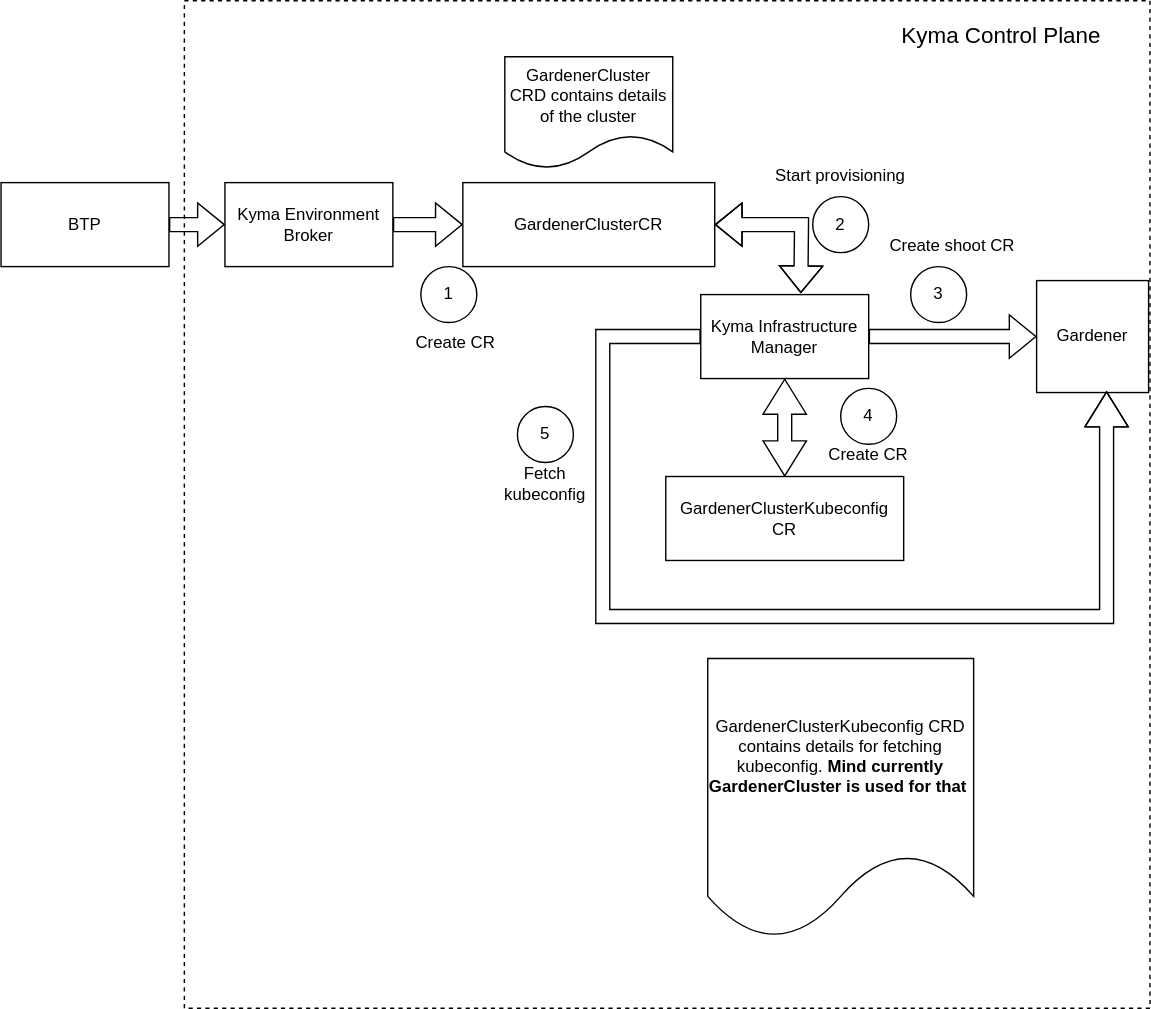
m00g3n/cluster-inventory keeps this draw.io diagram as docs/adrs/assets/keb-kim-target-arch.drawio.svg. Above is the earlier version. Source tidied: cells renumbered, new cells last; positions are measured from the earlier drawing's top-left corner, leaving out a move shared by most shapes. Its diagram source:
```xml
<mxGraphModel>
  <root>
    <mxCell id="0" />
    <mxCell id="1" parent="0" />
    <mxCell id="2" style="rounded=0;whiteSpace=wrap;html=1;dashed=1;" parent="1" vertex="1">
      <mxGeometry x="131" width="690" height="720" as="geometry" />
    </mxCell>
    <mxCell id="3" value="Kyma Environment Broker" style="rounded=0;whiteSpace=wrap;html=1;" parent="1" vertex="1">
      <mxGeometry x="160" y="130" width="120" height="60" as="geometry" />
    </mxCell>
    <mxCell id="4" value="BTP" style="rounded=0;whiteSpace=wrap;html=1;" parent="1" vertex="1">
      <mxGeometry y="130" width="120" height="60" as="geometry" />
    </mxCell>
    <mxCell id="5" value="Kyma Infrastructure Manager" style="rounded=0;whiteSpace=wrap;html=1;" parent="1" vertex="1">
      <mxGeometry x="500" y="210" width="120" height="60" as="geometry" />
    </mxCell>
    <mxCell id="6" style="shape=flexArrow;endArrow=classic;html=1;rounded=0;exitX=1;exitY=0.5;exitDx=0;exitDy=0;" parent="1" edge="1" source="4" target="3">
      <mxGeometry relative="1" as="geometry" />
    </mxCell>
    <mxCell id="7" style="shape=flexArrow;endArrow=classic;html=1;rounded=0;exitX=1;exitY=0.5;exitDx=0;exitDy=0;" parent="1" edge="1" source="3">
      <mxGeometry relative="1" as="geometry">
        <mxPoint x="330" y="160" as="targetPoint" />
      </mxGeometry>
    </mxCell>
    <mxCell id="8" style="shape=flexArrow;endArrow=classic;startArrow=classic;html=1;rounded=0;exitX=1;exitY=0.5;exitDx=0;exitDy=0;entryX=0.596;entryY=-0.017;entryDx=0;entryDy=0;entryPerimeter=0;" parent="1" edge="1" target="5">
      <mxGeometry relative="1" as="geometry">
        <mxPoint x="510" y="160" as="sourcePoint" />
        <Array as="points">
          <mxPoint x="572" y="160" />
        </Array>
      </mxGeometry>
    </mxCell>
    <mxCell id="9" value="Gardener" style="whiteSpace=wrap;html=1;" parent="1" vertex="1">
      <mxGeometry x="740" y="200" width="80" height="80" as="geometry" />
    </mxCell>
    <mxCell id="10" style="shape=flexArrow;endArrow=classic;html=1;rounded=0;exitX=1;exitY=0.5;exitDx=0;exitDy=0;entryX=0;entryY=0.5;entryDx=0;entryDy=0;" parent="1" edge="1" source="5" target="9">
      <mxGeometry relative="1" as="geometry" />
    </mxCell>
    <mxCell id="11" style="shape=flexArrow;endArrow=classic;startArrow=classic;html=1;rounded=0;fontSize=12;startSize=8;endSize=8;exitX=0.5;exitY=1;exitDx=0;exitDy=0;entryX=0.5;entryY=0;entryDx=0;entryDy=0;entryPerimeter=0;" parent="1" edge="1" source="5">
      <mxGeometry relative="1" as="geometry">
        <mxPoint x="560" y="340" as="targetPoint" />
      </mxGeometry>
    </mxCell>
    <mxCell id="12" value="Create CR" style="text;html=1;align=center;verticalAlign=middle;whiteSpace=wrap;rounded=0;fontSize=12;" parent="1" vertex="1">
      <mxGeometry x="280" y="230" width="90" height="30" as="geometry" />
    </mxCell>
    <mxCell id="13" value="Create CR" style="text;html=1;align=center;verticalAlign=middle;whiteSpace=wrap;rounded=0;fontSize=12;" parent="1" vertex="1">
      <mxGeometry x="590" y="310" width="60" height="30" as="geometry" />
    </mxCell>
    <mxCell id="14" value="1" style="ellipse;whiteSpace=wrap;html=1;" parent="1" vertex="1">
      <mxGeometry x="300" y="190" width="40" height="40" as="geometry" />
    </mxCell>
    <mxCell id="15" value="2" style="ellipse;whiteSpace=wrap;html=1;" parent="1" vertex="1">
      <mxGeometry x="580" y="140" width="40" height="40" as="geometry" />
    </mxCell>
    <mxCell id="16" value="3" style="ellipse;whiteSpace=wrap;html=1;" parent="1" vertex="1">
      <mxGeometry x="650" y="190" width="40" height="40" as="geometry" />
    </mxCell>
    <mxCell id="17" value="Start provisioning" style="text;html=1;align=center;verticalAlign=middle;whiteSpace=wrap;rounded=0;fontSize=12;" parent="1" vertex="1">
      <mxGeometry x="530" y="110" width="140" height="30" as="geometry" />
    </mxCell>
    <mxCell id="18" value="Create shoot CR" style="text;html=1;align=center;verticalAlign=middle;whiteSpace=wrap;rounded=0;fontSize=12;" parent="1" vertex="1">
      <mxGeometry x="610" y="160" width="140" height="30" as="geometry" />
    </mxCell>
    <mxCell id="19" style="edgeStyle=none;curved=1;rounded=0;orthogonalLoop=1;jettySize=auto;html=1;exitX=0.5;exitY=0;exitDx=0;exitDy=0;fontSize=12;startSize=8;endSize=8;" parent="1" edge="1" source="16" target="16">
      <mxGeometry relative="1" as="geometry" />
    </mxCell>
    <mxCell id="20" value="4" style="ellipse;whiteSpace=wrap;html=1;" parent="1" vertex="1">
      <mxGeometry x="600" y="277" width="40" height="40" as="geometry" />
    </mxCell>
    <mxCell id="21" style="shape=flexArrow;endArrow=classic;html=1;rounded=0;fontSize=12;startSize=8;endSize=8;exitX=0;exitY=0.5;exitDx=0;exitDy=0;entryX=0.625;entryY=0.988;entryDx=0;entryDy=0;entryPerimeter=0;" parent="1" edge="1" source="5" target="9">
      <mxGeometry relative="1" as="geometry">
        <Array as="points">
          <mxPoint x="430" y="240" />
          <mxPoint x="430" y="440" />
          <mxPoint x="790" y="440" />
        </Array>
      </mxGeometry>
    </mxCell>
    <mxCell id="22" value="5" style="ellipse;whiteSpace=wrap;html=1;" parent="1" vertex="1">
      <mxGeometry x="369" y="290" width="40" height="40" as="geometry" />
    </mxCell>
    <mxCell id="23" value="Fetch kubeconfig" style="text;html=1;align=center;verticalAlign=middle;whiteSpace=wrap;rounded=0;fontSize=12;" parent="1" vertex="1">
      <mxGeometry x="359" y="330" width="60" height="30" as="geometry" />
    </mxCell>
    <mxCell id="24" value="GardenerCluster CRD&amp;nbsp;contains details of the cluster" style="shape=document;whiteSpace=wrap;html=1;boundedLbl=1;" parent="1" vertex="1">
      <mxGeometry x="360" y="40" width="120" height="80" as="geometry" />
    </mxCell>
    <mxCell id="25" value="GardenerClusterKubeconfig&amp;nbsp;CRD contains details for fetching kubeconfig. &lt;b&gt;Mind currently GardenerCluster is used for that&amp;nbsp;&lt;/b&gt;" style="shape=document;whiteSpace=wrap;html=1;boundedLbl=1;" parent="1" vertex="1">
      <mxGeometry x="505" y="470" width="190" height="200" as="geometry" />
    </mxCell>
    <mxCell id="26" value="Kyma Control Plane" style="text;html=1;align=center;verticalAlign=middle;whiteSpace=wrap;rounded=0;fontSize=16;" parent="1" vertex="1">
      <mxGeometry x="630" y="10" width="170" height="30" as="geometry" />
    </mxCell>
    <mxCell id="27" value="GardenerClusterKubeconfig CR" style="rounded=0;whiteSpace=wrap;html=1;" parent="1" vertex="1">
      <mxGeometry x="475" y="340" width="170" height="60" as="geometry" />
    </mxCell>
    <mxCell id="28" value="GardenerClusterCR" style="rounded=0;whiteSpace=wrap;html=1;" parent="1" vertex="1">
      <mxGeometry x="330" y="130" width="180" height="60" as="geometry" />
    </mxCell>
  </root>
</mxGraphModel>
```
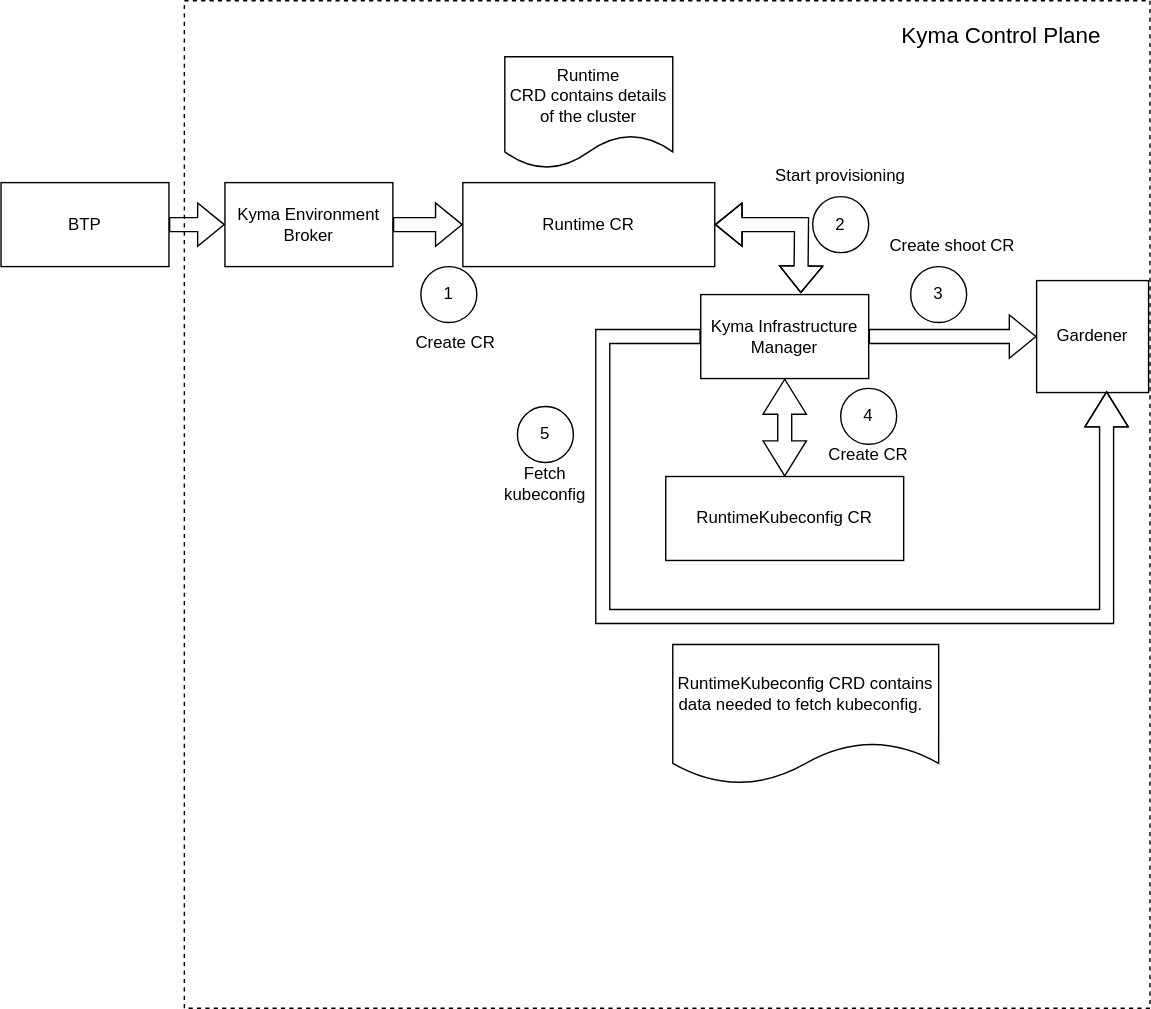
The same diagram one commit later.

What changed in the source:
```diff
@@ -83,19 +83,19 @@
     <mxCell id="23" value="Fetch kubeconfig" style="text;html=1;align=center;verticalAlign=middle;whiteSpace=wrap;rounded=0;fontSize=12;" parent="1" vertex="1">
       <mxGeometry x="359" y="330" width="60" height="30" as="geometry" />
     </mxCell>
-    <mxCell id="24" value="GardenerCluster CRD&amp;nbsp;contains details of the cluster" style="shape=document;whiteSpace=wrap;html=1;boundedLbl=1;" parent="1" vertex="1">
+    <mxCell id="24" value="Runtime CRD&amp;nbsp;contains details of the cluster" style="shape=document;whiteSpace=wrap;html=1;boundedLbl=1;" parent="1" vertex="1">
       <mxGeometry x="360" y="40" width="120" height="80" as="geometry" />
     </mxCell>
-    <mxCell id="25" value="GardenerClusterKubeconfig&amp;nbsp;CRD contains details for fetching kubeconfig. &lt;b&gt;Mind currently GardenerCluster is used for that&amp;nbsp;&lt;/b&gt;" style="shape=document;whiteSpace=wrap;html=1;boundedLbl=1;" parent="1" vertex="1">
-      <mxGeometry x="505" y="470" width="190" height="200" as="geometry" />
+    <mxCell id="25" value="RuntimeKubeconfig&amp;nbsp;CRD contains data needed to fetch kubeconfig. &lt;b&gt;&amp;nbsp;&lt;/b&gt;" style="shape=document;whiteSpace=wrap;html=1;boundedLbl=1;" parent="1" vertex="1">
+      <mxGeometry x="480" y="460" width="190" height="100" as="geometry" />
     </mxCell>
     <mxCell id="26" value="Kyma Control Plane" style="text;html=1;align=center;verticalAlign=middle;whiteSpace=wrap;rounded=0;fontSize=16;" parent="1" vertex="1">
       <mxGeometry x="630" y="10" width="170" height="30" as="geometry" />
     </mxCell>
-    <mxCell id="27" value="GardenerClusterKubeconfig CR" style="rounded=0;whiteSpace=wrap;html=1;" parent="1" vertex="1">
+    <mxCell id="27" value="RuntimeKubeconfig CR" style="rounded=0;whiteSpace=wrap;html=1;" parent="1" vertex="1">
       <mxGeometry x="475" y="340" width="170" height="60" as="geometry" />
     </mxCell>
-    <mxCell id="28" value="GardenerClusterCR" style="rounded=0;whiteSpace=wrap;html=1;" parent="1" vertex="1">
+    <mxCell id="28" value="Runtime CR" style="rounded=0;whiteSpace=wrap;html=1;" parent="1" vertex="1">
       <mxGeometry x="330" y="130" width="180" height="60" as="geometry" />
     </mxCell>
   </root>
```
